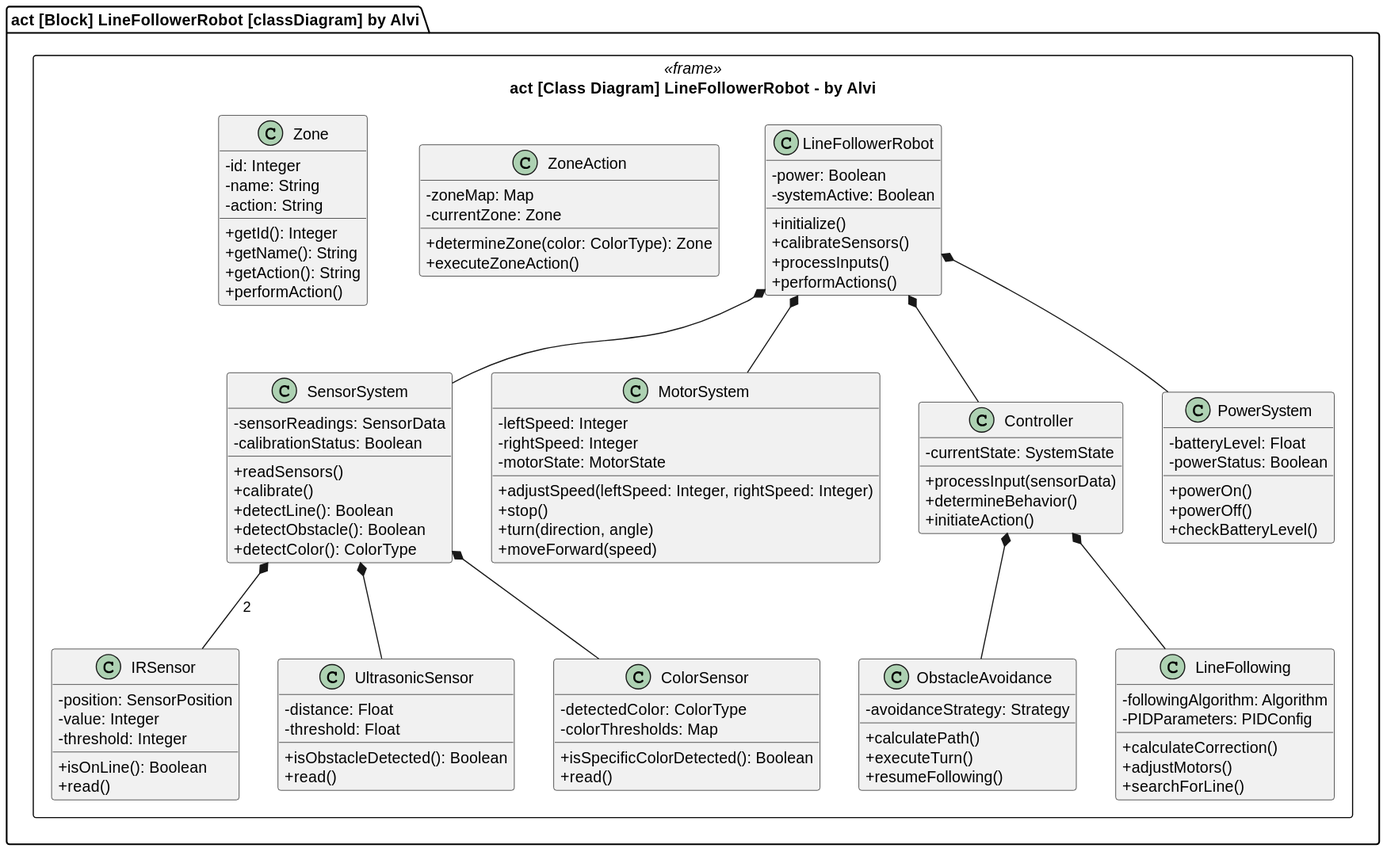
Before: Final SysML Diagram/LineFollowerRobotClassDiagram.svg, a diagram exported from PlantUML (alvi231078/D2---Line-Follower-Robot).
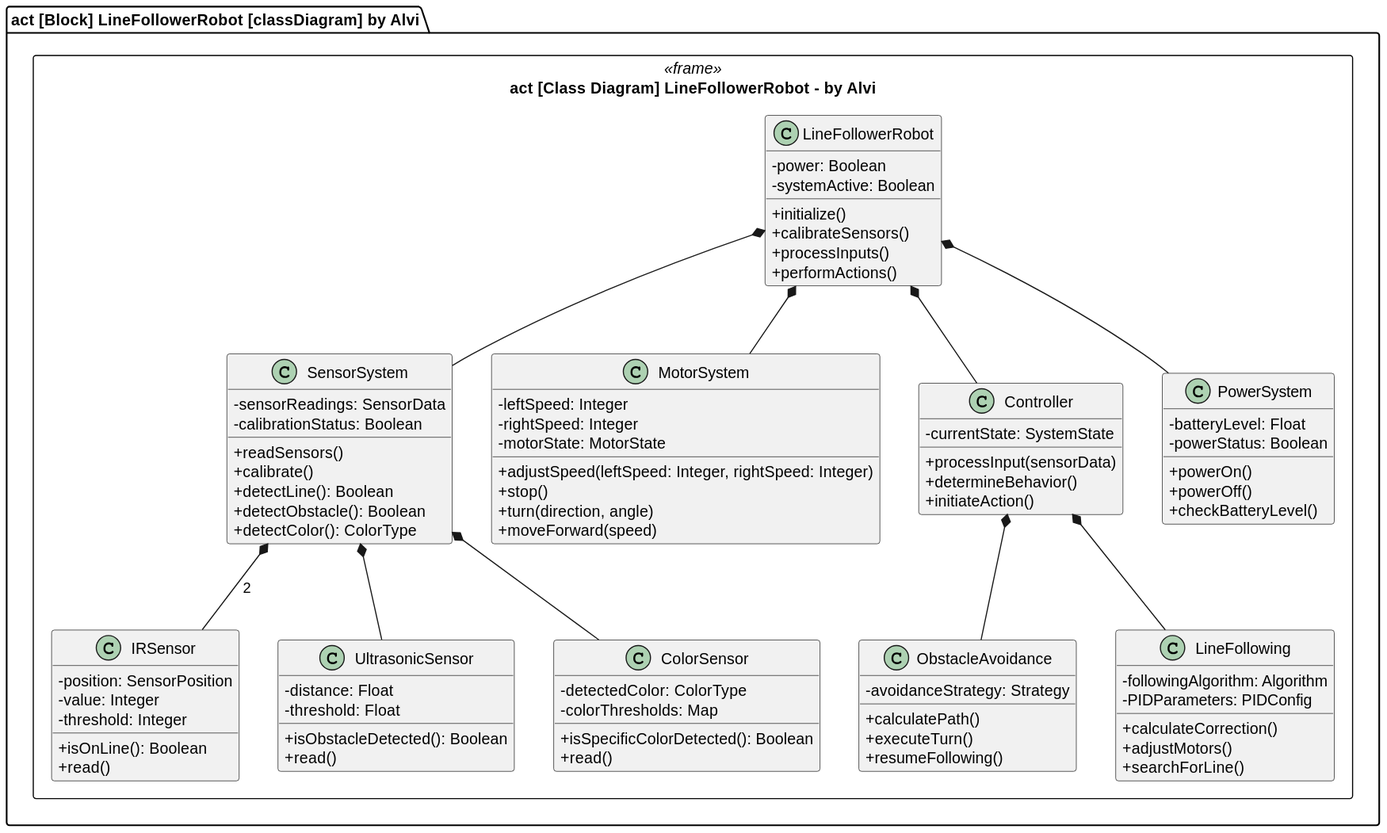
After the commit.

Diff of the diagram source:
```diff
@@ -92,23 +92,6 @@
     + searchForLine()
   }
 
-  class ZoneAction {
-    - zoneMap: Map
-    - currentZone: Zone
-    + determineZone(color: ColorType): Zone
-    + executeZoneAction()
-  }
-
-  class Zone {
-    - id: Integer
-    - name: String
-    - action: String
-    + getId(): Integer
-    + getName(): String
-    + getAction(): String
-    + performAction()
-  }
-
   LineFollowerRobot *-- SensorSystem
   LineFollowerRobot *-- MotorSystem
   LineFollowerRobot *-- Controller
@@ -120,9 +103,6 @@
 
   Controller *-- ObstacleAvoidance
   Controller *-- LineFollowing
-
-
-
 }
 }
 @enduml
```
